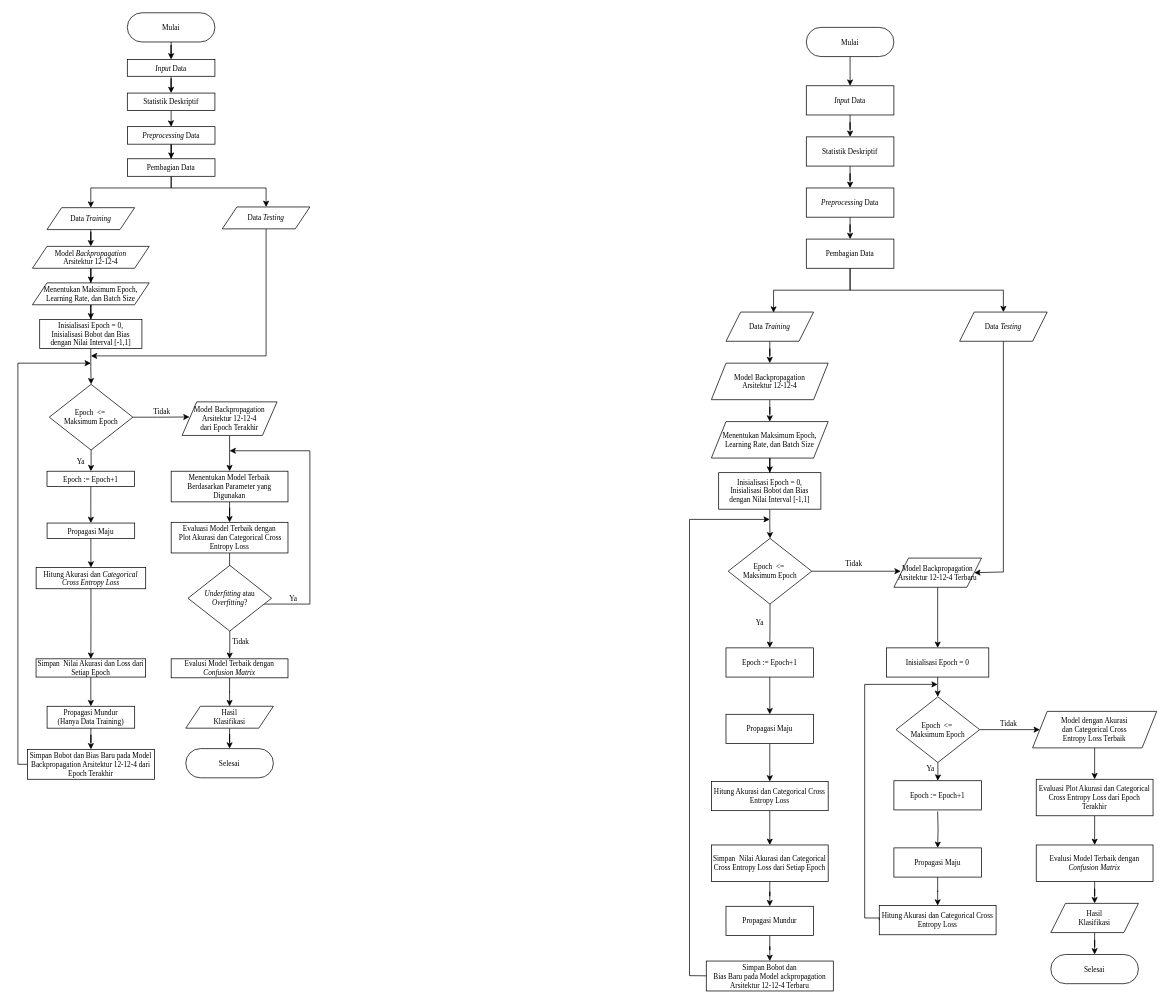
Before: Diagram Tanpa Judul.drawio in riskialarsy/riskialarsy.github.io, a draw.io diagram. Source tidied: cells renumbered, new cells numbered last; positions are measured from the earlier drawing's top-left corner, leaving out a move shared by most shapes. Both pictures are drawn from the tidied source at 73%, with x=0, y=0 at pixel (18, 12).
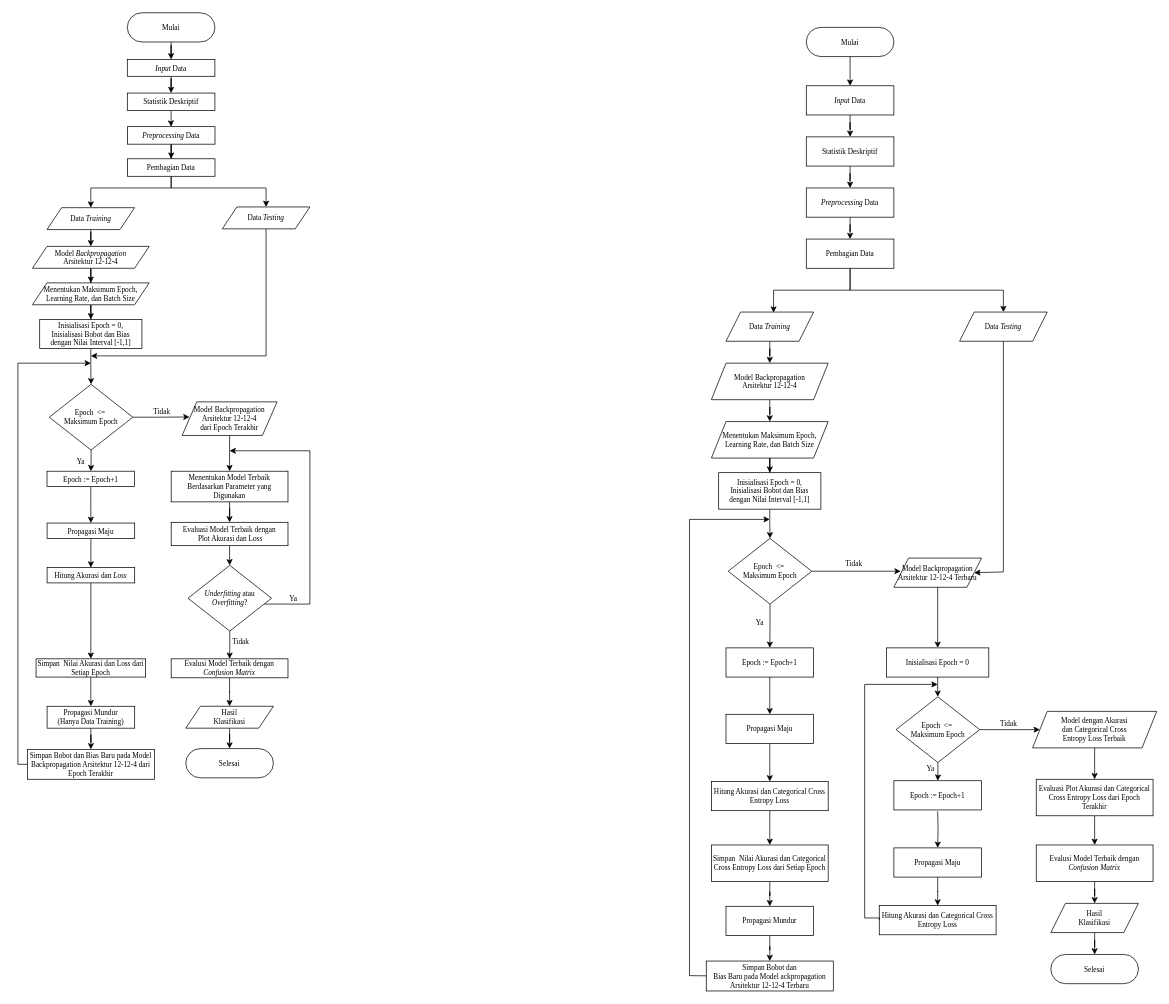
The same diagram, later.

The change refers to these unchanged cells:
```xml
<mxCell id="97" value="Simpan&amp;nbsp; Nilai Akurasi dan Loss dari Setiap Epoch" style="whiteSpace=wrap;html=1;fontSize=10;fontFamily=Times New Roman;fontStyle=0;" parent="1" vertex="1">
  <mxGeometry x="24.9" y="885" width="150.1" height="25" as="geometry" />
</mxCell>
<mxCell id="119" value="Propagasi Maju" style="rounded=0;whiteSpace=wrap;html=1;fontFamily=Times New Roman;fontStyle=0;fontSize=10;" parent="1" vertex="1">
  <mxGeometry x="40" y="699" width="120" height="21" as="geometry" />
</mxCell>
```

The edit, as a diff of the source:
```diff
@@
-    <mxCell id="89" style="edgeStyle=orthogonalEdgeStyle;rounded=0;jettySize=auto;html=1;entryX=0.5;entryY=0;entryDx=0;entryDy=0;fontSize=10;fontFamily=Times New Roman;" parent="1" edge="1" source="90" target="97">
-      <mxGeometry relative="1" as="geometry" />
-    </mxCell>
-    <mxCell id="90" value="&lt;span style=&quot;font-size: 10px;&quot;&gt;Hitung Akurasi dan &lt;i style=&quot;font-size: 10px;&quot;&gt;Categorical Cross Entropy Loss&lt;/i&gt;&lt;/span&gt;" style="rounded=0;whiteSpace=wrap;html=1;fontFamily=Times New Roman;fontStyle=0;fontSize=10;" parent="1" vertex="1">
-      <mxGeometry x="25" y="760" width="150.1" height="29" as="geometry" />
-    </mxCell>
@@
-    <mxCell id="103" value="Evaluasi Model Terbaik dengan&lt;br style=&quot;font-size: 10px;&quot;&gt;&amp;nbsp;Plot Akurasi dan Categorical Cross Entropy Loss" style="whiteSpace=wrap;html=1;fontSize=10;fontFamily=Times New Roman;fontStyle=0;" parent="1" vertex="1">
-      <mxGeometry x="210" y="698" width="160" height="42" as="geometry" />
+    <mxCell id="103" value="Evaluasi Model Terbaik dengan&lt;br style=&quot;font-size: 10px;&quot;&gt;&amp;nbsp;Plot Akurasi dan Loss" style="whiteSpace=wrap;html=1;fontSize=10;fontFamily=Times New Roman;fontStyle=0;" parent="1" vertex="1">
+      <mxGeometry x="210" y="698" width="160" height="32" as="geometry" />
     </mxCell>
@@
-    <mxCell id="118" style="edgeStyle=orthogonalEdgeStyle;rounded=0;jettySize=auto;html=1;entryX=0.5;entryY=0;entryDx=0;entryDy=0;fontSize=10;fontFamily=Times New Roman;" parent="1" edge="1" source="119" target="90">
+    <mxCell id="118" style="edgeStyle=orthogonalEdgeStyle;rounded=0;jettySize=auto;html=1;fontSize=10;fontFamily=Times New Roman;entryX=0.5;entryY=0;entryDx=0;entryDy=0;" parent="1" edge="1" source="119" target="121">
       <mxGeometry relative="1" as="geometry" />
     </mxCell>
@@
+    <mxCell id="120" style="edgeStyle=orthogonalEdgeStyle;rounded=0;jettySize=auto;html=1;" parent="1" edge="1" source="121" target="97">
+      <mxGeometry relative="1" as="geometry" />
+    </mxCell>
+    <mxCell id="121" value="Hitung Akurasi dan&lt;i style=&quot;border-color: var(--border-color);&quot;&gt;&amp;nbsp;Loss&lt;/i&gt;" style="rounded=0;whiteSpace=wrap;html=1;fontFamily=Times New Roman;fontStyle=0;fontSize=10;" parent="1" vertex="1">
+      <mxGeometry x="40" y="760" width="120" height="21" as="geometry" />
+    </mxCell>
```
